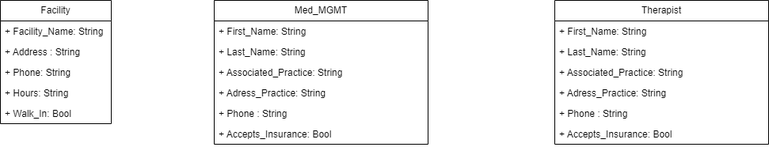
Above: East TN UML.drawio.png in ReislerJ/East_TN_MH_Resources (draw.io), before the change. Source tidied: cells renumbered, new cells last; positions are measured from the earlier drawing's top-left corner, leaving out a move shared by most shapes.
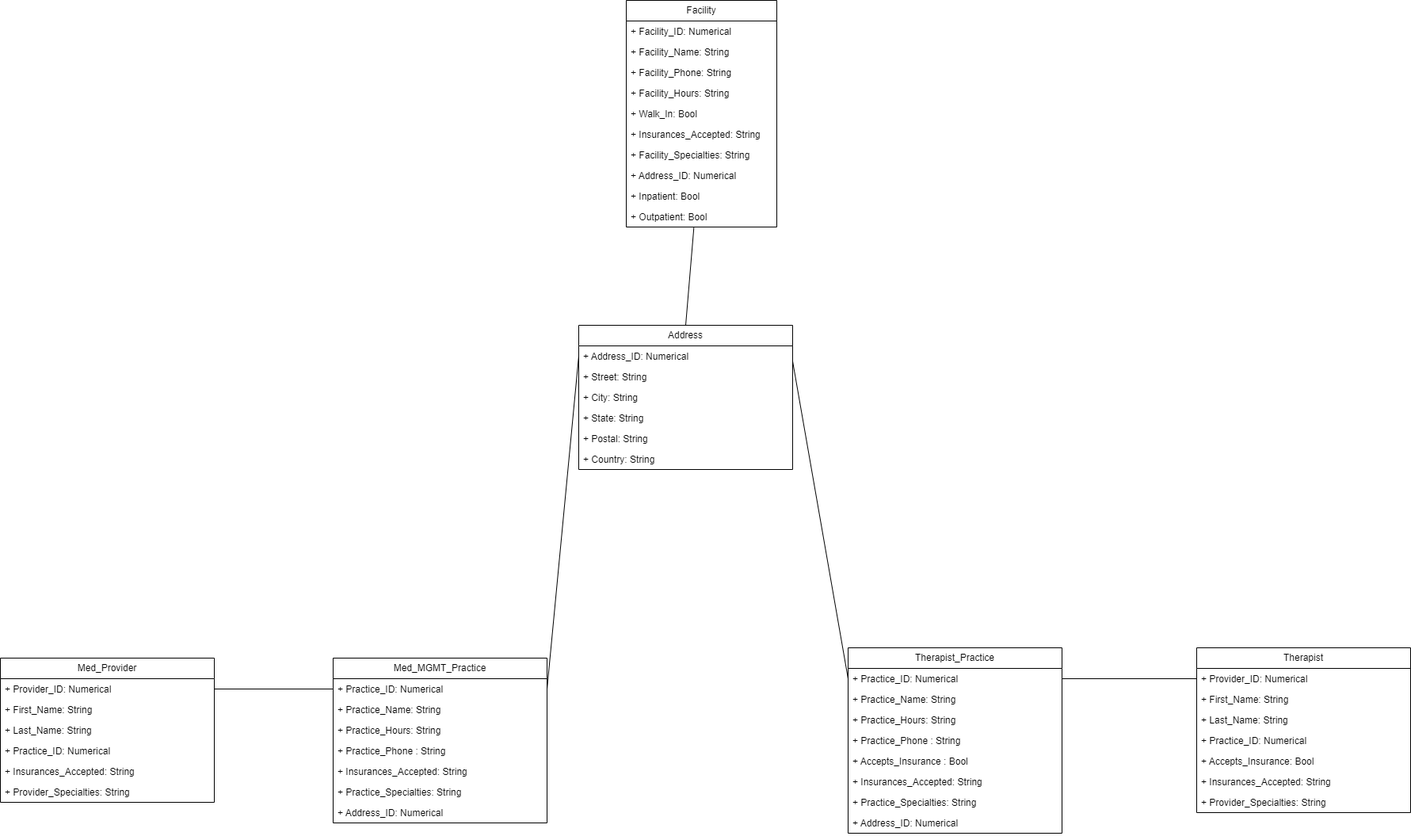
The same file after the commit.

Change to the diagram source:
```diff
@@ -2,65 +2,170 @@
   <root>
     <mxCell id="0" />
     <mxCell id="1" parent="0" />
-    <mxCell id="2" value="Med_MGMT" style="swimlane;fontStyle=0;horizontal=1;startSize=26;fillColor=none;whiteSpace=wrap;html=1;" parent="1" vertex="1">
-      <mxGeometry x="270" width="270" height="182" as="geometry" />
+    <mxCell id="2" value="Therapist" style="swimlane;fontStyle=0;horizontal=1;startSize=26;fillColor=none;whiteSpace=wrap;html=1;" parent="1" vertex="1">
+      <mxGeometry x="1490" y="267" width="270" height="208" as="geometry" />
     </mxCell>
-    <mxCell id="3" value="+ First_Name: String" style="text;strokeColor=none;fillColor=none;align=left;verticalAlign=top;spacingLeft=4;spacingRight=4;overflow=hidden;points=[[0,0.5],[1,0.5]];portConstraint=eastwest;whiteSpace=wrap;html=1;" parent="2" vertex="1">
+    <mxCell id="3" value="+ Provider_ID: Numerical" style="text;strokeColor=none;fillColor=none;align=left;verticalAlign=top;spacingLeft=4;spacingRight=4;overflow=hidden;points=[[0,0.5],[1,0.5]];portConstraint=eastwest;whiteSpace=wrap;html=1;" parent="2" vertex="1">
       <mxGeometry y="26" width="270" height="26" as="geometry" />
     </mxCell>
+    <mxCell id="22" value="+ First_Name: String" style="text;strokeColor=none;fillColor=none;align=left;verticalAlign=top;spacingLeft=4;spacingRight=4;overflow=hidden;whiteSpace=wrap;html=1;" parent="2" vertex="1">
+      <mxGeometry y="52" width="270" height="26" as="geometry" />
+    </mxCell>
     <mxCell id="4" value="+ Last_Name: String" style="text;strokeColor=none;fillColor=none;align=left;verticalAlign=top;spacingLeft=4;spacingRight=4;overflow=hidden;whiteSpace=wrap;html=1;" parent="2" vertex="1">
-      <mxGeometry y="52" width="270" height="26" as="geometry" />
+      <mxGeometry y="78" width="270" height="26" as="geometry" />
     </mxCell>
-    <mxCell id="5" value="+ Associated_Practice: String" style="text;strokeColor=none;fillColor=none;align=left;verticalAlign=top;spacingLeft=4;spacingRight=4;overflow=hidden;whiteSpace=wrap;html=1;" parent="2" vertex="1">
-      <mxGeometry y="78" width="270" height="26" as="geometry" />
+    <mxCell id="5" value="+ Practice_ID: Numerical" style="text;strokeColor=none;fillColor=none;align=left;verticalAlign=top;spacingLeft=4;spacingRight=4;overflow=hidden;whiteSpace=wrap;html=1;" parent="2" vertex="1">
+      <mxGeometry y="104" width="270" height="26" as="geometry" />
     </mxCell>
-    <mxCell id="6" value="+ Adress_Practice: String" style="text;strokeColor=none;fillColor=none;align=left;verticalAlign=top;spacingLeft=4;spacingRight=4;overflow=hidden;whiteSpace=wrap;html=1;" parent="2" vertex="1">
-      <mxGeometry y="104" width="270" height="26" as="geometry" />
-    </mxCell>
-    <mxCell id="7" value="+ Phone : String" style="text;strokeColor=none;fillColor=none;align=left;verticalAlign=top;spacingLeft=4;spacingRight=4;overflow=hidden;whiteSpace=wrap;html=1;" parent="2" vertex="1">
-      <mxGeometry y="130" width="270" height="26" as="geometry" />
-    </mxCell>
+    <mxCell id="21" value="+ Accepts_Insurance: Bool" style="text;strokeColor=none;fillColor=none;align=left;verticalAlign=top;spacingLeft=4;spacingRight=4;overflow=hidden;whiteSpace=wrap;html=1;" parent="2" vertex="1">
+      <mxGeometry y="130" width="270" height="26" as="geometry" />
+    </mxCell>
-    <mxCell id="8" value="+ Accepts_Insurance: Bool" style="text;strokeColor=none;fillColor=none;align=left;verticalAlign=top;spacingLeft=4;spacingRight=4;overflow=hidden;whiteSpace=wrap;html=1;" parent="2" vertex="1">
+    <mxCell id="8" value="+ Insurances_Accepted: String" style="text;strokeColor=none;fillColor=none;align=left;verticalAlign=top;spacingLeft=4;spacingRight=4;overflow=hidden;whiteSpace=wrap;html=1;" parent="2" vertex="1">
       <mxGeometry y="156" width="270" height="26" as="geometry" />
     </mxCell>
+    <mxCell id="23" value="+ Provider_Specialties: String&lt;div&gt;&lt;br&gt;&lt;/div&gt;" style="text;strokeColor=none;fillColor=none;align=left;verticalAlign=top;spacingLeft=4;spacingRight=4;overflow=hidden;whiteSpace=wrap;html=1;" parent="2" vertex="1">
+      <mxGeometry y="182" width="270" height="26" as="geometry" />
+    </mxCell>
     <mxCell id="9" value="Facility" style="swimlane;fontStyle=0;horizontal=1;startSize=26;fillColor=none;whiteSpace=wrap;html=1;" parent="1" vertex="1">
-      <mxGeometry width="140" height="156" as="geometry" />
+      <mxGeometry x="770" y="-550" width="190" height="286" as="geometry" />
     </mxCell>
-    <mxCell id="10" value="+ Facility_Name: String" style="text;strokeColor=none;fillColor=none;align=left;verticalAlign=top;spacingLeft=4;spacingRight=4;overflow=hidden;whiteSpace=wrap;html=1;" parent="9" vertex="1">
-      <mxGeometry y="26" width="140" height="26" as="geometry" />
+    <mxCell id="10" value="+ Facility_ID: Numerical" style="text;strokeColor=none;fillColor=none;align=left;verticalAlign=top;spacingLeft=4;spacingRight=4;overflow=hidden;whiteSpace=wrap;html=1;" parent="9" vertex="1">
+      <mxGeometry y="26" width="190" height="26" as="geometry" />
     </mxCell>
-    <mxCell id="11" value="+ Address : String" style="text;strokeColor=none;fillColor=none;align=left;verticalAlign=top;spacingLeft=4;spacingRight=4;overflow=hidden;whiteSpace=wrap;html=1;" parent="9" vertex="1">
-      <mxGeometry y="52" width="140" height="26" as="geometry" />
-    </mxCell>
+    <mxCell id="24" value="+ Facility_Name: String" style="text;strokeColor=none;fillColor=none;align=left;verticalAlign=top;spacingLeft=4;spacingRight=4;overflow=hidden;whiteSpace=wrap;html=1;" parent="9" vertex="1">
+      <mxGeometry y="52" width="190" height="26" as="geometry" />
+    </mxCell>
-    <mxCell id="12" value="+ Phone: String&lt;div&gt;&lt;br/&gt;&lt;/div&gt;" style="text;strokeColor=none;fillColor=none;align=left;verticalAlign=top;spacingLeft=4;spacingRight=4;overflow=hidden;whiteSpace=wrap;html=1;" parent="9" vertex="1">
-      <mxGeometry y="78" width="140" height="26" as="geometry" />
+    <mxCell id="12" value="+ Facility_Phone: String&lt;div&gt;&lt;br&gt;&lt;/div&gt;" style="text;strokeColor=none;fillColor=none;align=left;verticalAlign=top;spacingLeft=4;spacingRight=4;overflow=hidden;whiteSpace=wrap;html=1;" parent="9" vertex="1">
+      <mxGeometry y="78" width="190" height="26" as="geometry" />
     </mxCell>
-    <mxCell id="13" value="+ Hours: String&lt;div&gt;&lt;br&gt;&lt;/div&gt;" style="text;strokeColor=none;fillColor=none;align=left;verticalAlign=top;spacingLeft=4;spacingRight=4;overflow=hidden;whiteSpace=wrap;html=1;" parent="9" vertex="1">
-      <mxGeometry y="104" width="140" height="26" as="geometry" />
+    <mxCell id="13" value="+ Facility_Hours: String&lt;div&gt;&lt;br&gt;&lt;/div&gt;" style="text;strokeColor=none;fillColor=none;align=left;verticalAlign=top;spacingLeft=4;spacingRight=4;overflow=hidden;whiteSpace=wrap;html=1;" parent="9" vertex="1">
+      <mxGeometry y="104" width="190" height="26" as="geometry" />
     </mxCell>
     <mxCell id="14" value="+ Walk_In: Bool&lt;div&gt;&lt;br&gt;&lt;/div&gt;" style="text;strokeColor=none;fillColor=none;align=left;verticalAlign=top;spacingLeft=4;spacingRight=4;overflow=hidden;whiteSpace=wrap;html=1;" parent="9" vertex="1">
-      <mxGeometry y="130" width="140" height="26" as="geometry" />
+      <mxGeometry y="130" width="190" height="26" as="geometry" />
     </mxCell>
-    <mxCell id="15" value="Therapist" style="swimlane;fontStyle=0;horizontal=1;startSize=26;fillColor=none;whiteSpace=wrap;html=1;" parent="1" vertex="1">
-      <mxGeometry x="700" width="270" height="182" as="geometry" />
-    </mxCell>
-    <mxCell id="16" value="+ First_Name: String" style="text;strokeColor=none;fillColor=none;align=left;verticalAlign=top;spacingLeft=4;spacingRight=4;overflow=hidden;whiteSpace=wrap;html=1;" parent="15" vertex="1">
-      <mxGeometry y="26" width="270" height="26" as="geometry" />
-    </mxCell>
+    <mxCell id="25" value="+ Insurances_Accepted: String&lt;div&gt;&lt;br&gt;&lt;/div&gt;" style="text;strokeColor=none;fillColor=none;align=left;verticalAlign=top;spacingLeft=4;spacingRight=4;overflow=hidden;whiteSpace=wrap;html=1;" parent="9" vertex="1">
+      <mxGeometry y="156" width="190" height="26" as="geometry" />
+    </mxCell>
+    <mxCell id="26" value="+ Facility_Specialties: String&lt;div&gt;&lt;br&gt;&lt;/div&gt;" style="text;strokeColor=none;fillColor=none;align=left;verticalAlign=top;spacingLeft=4;spacingRight=4;overflow=hidden;whiteSpace=wrap;html=1;" parent="9" vertex="1">
+      <mxGeometry y="182" width="190" height="26" as="geometry" />
+    </mxCell>
+    <mxCell id="27" value="&lt;div&gt;+ Address_ID: Numerical&lt;br&gt;&lt;/div&gt;" style="text;strokeColor=none;fillColor=none;align=left;verticalAlign=top;spacingLeft=4;spacingRight=4;overflow=hidden;whiteSpace=wrap;html=1;" parent="9" vertex="1">
+      <mxGeometry y="208" width="190" height="26" as="geometry" />
+    </mxCell>
+    <mxCell id="28" value="&lt;div&gt;+ Inpatient: Bool&lt;br&gt;&lt;/div&gt;" style="text;strokeColor=none;fillColor=none;align=left;verticalAlign=top;spacingLeft=4;spacingRight=4;overflow=hidden;whiteSpace=wrap;html=1;" parent="9" vertex="1">
+      <mxGeometry y="234" width="190" height="26" as="geometry" />
+    </mxCell>
+    <mxCell id="29" value="&lt;div&gt;+ Outpatient: Bool&lt;br&gt;&lt;/div&gt;" style="text;strokeColor=none;fillColor=none;align=left;verticalAlign=top;spacingLeft=4;spacingRight=4;overflow=hidden;points=[[0,0.5],[1,0.5]];portConstraint=eastwest;whiteSpace=wrap;html=1;" parent="9" vertex="1">
+      <mxGeometry y="260" width="190" height="26" as="geometry" />
+    </mxCell>
+    <mxCell id="30" value="Med_MGMT_Practice" style="swimlane;fontStyle=0;horizontal=1;startSize=26;fillColor=none;whiteSpace=wrap;html=1;" parent="1" vertex="1">
+      <mxGeometry x="400" y="280" width="270" height="208" as="geometry" />
+    </mxCell>
+    <mxCell id="31" value="+ Practice_ID: Numerical" style="text;strokeColor=none;fillColor=none;align=left;verticalAlign=top;spacingLeft=4;spacingRight=4;overflow=hidden;points=[[0,0.5],[1,0.5]];portConstraint=eastwest;whiteSpace=wrap;html=1;" parent="30" vertex="1">
+      <mxGeometry y="26" width="270" height="26" as="geometry" />
+    </mxCell>
+    <mxCell id="32" value="+ Practice_Name: String" style="text;strokeColor=none;fillColor=none;align=left;verticalAlign=top;spacingLeft=4;spacingRight=4;overflow=hidden;whiteSpace=wrap;html=1;" parent="30" vertex="1">
+      <mxGeometry y="52" width="270" height="26" as="geometry" />
+    </mxCell>
+    <mxCell id="33" value="+ Practice_Hours: String" style="text;strokeColor=none;fillColor=none;align=left;verticalAlign=top;spacingLeft=4;spacingRight=4;overflow=hidden;whiteSpace=wrap;html=1;" parent="30" vertex="1">
+      <mxGeometry y="78" width="270" height="26" as="geometry" />
+    </mxCell>
+    <mxCell id="34" value="+ Practice_Phone : String" style="text;strokeColor=none;fillColor=none;align=left;verticalAlign=top;spacingLeft=4;spacingRight=4;overflow=hidden;whiteSpace=wrap;html=1;" parent="30" vertex="1">
+      <mxGeometry y="104" width="270" height="26" as="geometry" />
+    </mxCell>
+    <mxCell id="35" value="+ Insurances_Accepted: String" style="text;strokeColor=none;fillColor=none;align=left;verticalAlign=top;spacingLeft=4;spacingRight=4;overflow=hidden;whiteSpace=wrap;html=1;" parent="30" vertex="1">
+      <mxGeometry y="130" width="270" height="26" as="geometry" />
+    </mxCell>
+    <mxCell id="36" value="+ Practice_Specialties: String&lt;div&gt;&lt;br&gt;&lt;/div&gt;" style="text;strokeColor=none;fillColor=none;align=left;verticalAlign=top;spacingLeft=4;spacingRight=4;overflow=hidden;whiteSpace=wrap;html=1;" parent="30" vertex="1">
+      <mxGeometry y="156" width="270" height="26" as="geometry" />
+    </mxCell>
+    <mxCell id="37" value="&lt;div&gt;+ Address_ID: Numerical&lt;br&gt;&lt;/div&gt;" style="text;strokeColor=none;fillColor=none;align=left;verticalAlign=top;spacingLeft=4;spacingRight=4;overflow=hidden;whiteSpace=wrap;html=1;" parent="30" vertex="1">
+      <mxGeometry y="182" width="270" height="26" as="geometry" />
+    </mxCell>
+    <mxCell id="38" value="Med_Provider" style="swimlane;fontStyle=0;horizontal=1;startSize=26;fillColor=none;whiteSpace=wrap;html=1;" parent="1" vertex="1">
+      <mxGeometry x="-20" y="280" width="270" height="182" as="geometry" />
+    </mxCell>
+    <mxCell id="39" value="+ Provider_ID: Numerical" style="text;strokeColor=none;fillColor=none;align=left;verticalAlign=top;spacingLeft=4;spacingRight=4;overflow=hidden;points=[[0,0.5],[1,0.5]];portConstraint=eastwest;whiteSpace=wrap;html=1;" parent="38" vertex="1">
+      <mxGeometry y="26" width="270" height="26" as="geometry" />
+    </mxCell>
+    <mxCell id="40" value="+ First_Name: String" style="text;strokeColor=none;fillColor=none;align=left;verticalAlign=top;spacingLeft=4;spacingRight=4;overflow=hidden;whiteSpace=wrap;html=1;" parent="38" vertex="1">
+      <mxGeometry y="52" width="270" height="26" as="geometry" />
+    </mxCell>
-    <mxCell id="17" value="+ Last_Name: String" style="text;strokeColor=none;fillColor=none;align=left;verticalAlign=top;spacingLeft=4;spacingRight=4;overflow=hidden;whiteSpace=wrap;html=1;" parent="15" vertex="1">
-      <mxGeometry y="52" width="270" height="26" as="geometry" />
+    <mxCell id="17" value="+ Last_Name: String" style="text;strokeColor=none;fillColor=none;align=left;verticalAlign=top;spacingLeft=4;spacingRight=4;overflow=hidden;whiteSpace=wrap;html=1;" parent="38" vertex="1">
+      <mxGeometry y="78" width="270" height="26" as="geometry" />
     </mxCell>
-    <mxCell id="18" value="+ Associated_Practice: String" style="text;strokeColor=none;fillColor=none;align=left;verticalAlign=top;spacingLeft=4;spacingRight=4;overflow=hidden;whiteSpace=wrap;html=1;" parent="15" vertex="1">
-      <mxGeometry y="78" width="270" height="26" as="geometry" />
-    </mxCell>
-    <mxCell id="19" value="+ Adress_Practice: String" style="text;strokeColor=none;fillColor=none;align=left;verticalAlign=top;spacingLeft=4;spacingRight=4;overflow=hidden;whiteSpace=wrap;html=1;" parent="15" vertex="1">
-      <mxGeometry y="104" width="270" height="26" as="geometry" />
-    </mxCell>
-    <mxCell id="20" value="+ Phone : String" style="text;strokeColor=none;fillColor=none;align=left;verticalAlign=top;spacingLeft=4;spacingRight=4;overflow=hidden;whiteSpace=wrap;html=1;" parent="15" vertex="1">
-      <mxGeometry y="130" width="270" height="26" as="geometry" />
-    </mxCell>
-    <mxCell id="21" value="+ Accepts_Insurance: Bool" style="text;strokeColor=none;fillColor=none;align=left;verticalAlign=top;spacingLeft=4;spacingRight=4;overflow=hidden;whiteSpace=wrap;html=1;" parent="15" vertex="1">
-      <mxGeometry y="156" width="270" height="26" as="geometry" />
-    </mxCell>
+    <mxCell id="41" value="+ Practice_ID: Numerical" style="text;strokeColor=none;fillColor=none;align=left;verticalAlign=top;spacingLeft=4;spacingRight=4;overflow=hidden;whiteSpace=wrap;html=1;" parent="38" vertex="1">
+      <mxGeometry y="104" width="270" height="26" as="geometry" />
+    </mxCell>
+    <mxCell id="42" value="+ Insurances_Accepted: String" style="text;strokeColor=none;fillColor=none;align=left;verticalAlign=top;spacingLeft=4;spacingRight=4;overflow=hidden;whiteSpace=wrap;html=1;" parent="38" vertex="1">
+      <mxGeometry y="130" width="270" height="26" as="geometry" />
+    </mxCell>
+    <mxCell id="43" value="+ Provider_Specialties: String&lt;div&gt;&lt;br&gt;&lt;/div&gt;" style="text;strokeColor=none;fillColor=none;align=left;verticalAlign=top;spacingLeft=4;spacingRight=4;overflow=hidden;whiteSpace=wrap;html=1;" parent="38" vertex="1">
+      <mxGeometry y="156" width="270" height="26" as="geometry" />
+    </mxCell>
+    <mxCell id="44" value="Therapist_Practice" style="swimlane;fontStyle=0;horizontal=1;startSize=26;fillColor=none;whiteSpace=wrap;html=1;" parent="1" vertex="1">
+      <mxGeometry x="1050" y="267" width="270" height="234" as="geometry" />
+    </mxCell>
+    <mxCell id="45" value="+ Practice_ID: Numerical" style="text;strokeColor=none;fillColor=none;align=left;verticalAlign=top;spacingLeft=4;spacingRight=4;overflow=hidden;points=[[0,0.5],[1,0.5]];portConstraint=eastwest;whiteSpace=wrap;html=1;" parent="44" vertex="1">
+      <mxGeometry y="26" width="270" height="26" as="geometry" />
+    </mxCell>
+    <mxCell id="46" value="+ Practice_Name: String" style="text;strokeColor=none;fillColor=none;align=left;verticalAlign=top;spacingLeft=4;spacingRight=4;overflow=hidden;whiteSpace=wrap;html=1;" parent="44" vertex="1">
+      <mxGeometry y="52" width="270" height="26" as="geometry" />
+    </mxCell>
+    <mxCell id="47" value="+ Practice_Hours: String" style="text;strokeColor=none;fillColor=none;align=left;verticalAlign=top;spacingLeft=4;spacingRight=4;overflow=hidden;whiteSpace=wrap;html=1;" parent="44" vertex="1">
+      <mxGeometry y="78" width="270" height="26" as="geometry" />
+    </mxCell>
+    <mxCell id="48" value="+ Practice_Phone : String" style="text;strokeColor=none;fillColor=none;align=left;verticalAlign=top;spacingLeft=4;spacingRight=4;overflow=hidden;whiteSpace=wrap;html=1;" parent="44" vertex="1">
+      <mxGeometry y="104" width="270" height="26" as="geometry" />
+    </mxCell>
+    <mxCell id="49" value="+ Accepts_Insurance : Bool" style="text;strokeColor=none;fillColor=none;align=left;verticalAlign=top;spacingLeft=4;spacingRight=4;overflow=hidden;whiteSpace=wrap;html=1;" parent="44" vertex="1">
+      <mxGeometry y="130" width="270" height="26" as="geometry" />
+    </mxCell>
+    <mxCell id="50" value="+ Insurances_Accepted: String" style="text;strokeColor=none;fillColor=none;align=left;verticalAlign=top;spacingLeft=4;spacingRight=4;overflow=hidden;whiteSpace=wrap;html=1;" parent="44" vertex="1">
+      <mxGeometry y="156" width="270" height="26" as="geometry" />
+    </mxCell>
+    <mxCell id="51" value="+ Practice_Specialties: String&lt;div&gt;&lt;br&gt;&lt;/div&gt;" style="text;strokeColor=none;fillColor=none;align=left;verticalAlign=top;spacingLeft=4;spacingRight=4;overflow=hidden;whiteSpace=wrap;html=1;" parent="44" vertex="1">
+      <mxGeometry y="182" width="270" height="26" as="geometry" />
+    </mxCell>
+    <mxCell id="52" value="&lt;div&gt;+ Address_ID: Numerical&lt;br&gt;&lt;/div&gt;" style="text;strokeColor=none;fillColor=none;align=left;verticalAlign=top;spacingLeft=4;spacingRight=4;overflow=hidden;whiteSpace=wrap;html=1;" parent="44" vertex="1">
+      <mxGeometry y="208" width="270" height="26" as="geometry" />
+    </mxCell>
+    <mxCell id="53" value="Address" style="swimlane;fontStyle=0;horizontal=1;startSize=26;fillColor=none;whiteSpace=wrap;html=1;" parent="1" vertex="1">
+      <mxGeometry x="710" y="-140" width="270" height="182" as="geometry" />
+    </mxCell>
+    <mxCell id="54" value="+ Address_ID: Numerical" style="text;strokeColor=none;fillColor=none;align=left;verticalAlign=top;spacingLeft=4;spacingRight=4;overflow=hidden;points=[[0,0.5],[1,0.5]];portConstraint=eastwest;whiteSpace=wrap;html=1;" parent="53" vertex="1">
+      <mxGeometry y="26" width="270" height="26" as="geometry" />
+    </mxCell>
+    <mxCell id="55" value="+ Street: String" style="text;strokeColor=none;fillColor=none;align=left;verticalAlign=top;spacingLeft=4;spacingRight=4;overflow=hidden;whiteSpace=wrap;html=1;" parent="53" vertex="1">
+      <mxGeometry y="52" width="270" height="26" as="geometry" />
+    </mxCell>
+    <mxCell id="56" value="+ City: String" style="text;strokeColor=none;fillColor=none;align=left;verticalAlign=top;spacingLeft=4;spacingRight=4;overflow=hidden;whiteSpace=wrap;html=1;" parent="53" vertex="1">
+      <mxGeometry y="78" width="270" height="26" as="geometry" />
+    </mxCell>
+    <mxCell id="57" value="+ State: String" style="text;strokeColor=none;fillColor=none;align=left;verticalAlign=top;spacingLeft=4;spacingRight=4;overflow=hidden;whiteSpace=wrap;html=1;" parent="53" vertex="1">
+      <mxGeometry y="104" width="270" height="26" as="geometry" />
+    </mxCell>
+    <mxCell id="58" value="+ Postal: String" style="text;strokeColor=none;fillColor=none;align=left;verticalAlign=top;spacingLeft=4;spacingRight=4;overflow=hidden;whiteSpace=wrap;html=1;" parent="53" vertex="1">
+      <mxGeometry y="130" width="270" height="26" as="geometry" />
+    </mxCell>
+    <mxCell id="59" value="+ Country: String" style="text;strokeColor=none;fillColor=none;align=left;verticalAlign=top;spacingLeft=4;spacingRight=4;overflow=hidden;whiteSpace=wrap;html=1;" parent="53" vertex="1">
+      <mxGeometry y="156" width="270" height="26" as="geometry" />
+    </mxCell>
+    <mxCell id="60" style="endArrow=none;html=1;rounded=0;exitX=1;exitY=0.5;exitDx=0;exitDy=0;entryX=0;entryY=0.5;entryDx=0;entryDy=0;" parent="1" edge="1" source="39" target="31">
+      <mxGeometry relative="1" as="geometry" />
+    </mxCell>
+    <mxCell id="61" style="endArrow=none;html=1;rounded=0;entryX=0;entryY=0.5;entryDx=0;entryDy=0;exitX=1;exitY=0.5;exitDx=0;exitDy=0;" parent="1" edge="1" source="45" target="3">
+      <mxGeometry relative="1" as="geometry" />
+    </mxCell>
+    <mxCell id="62" style="endArrow=none;html=1;rounded=0;exitX=1;exitY=0.5;exitDx=0;exitDy=0;entryX=0;entryY=0.5;entryDx=0;entryDy=0;" parent="1" edge="1" source="31" target="54">
+      <mxGeometry relative="1" as="geometry" />
+    </mxCell>
+    <mxCell id="63" style="endArrow=none;html=1;rounded=0;entryX=0;entryY=0.5;entryDx=0;entryDy=0;exitX=1;exitY=0.25;exitDx=0;exitDy=0;" parent="1" edge="1" source="53" target="45">
+      <mxGeometry relative="1" as="geometry" />
+    </mxCell>
+    <mxCell id="64" style="endArrow=none;html=1;rounded=0;exitX=0.5;exitY=0;exitDx=0;exitDy=0;entryX=0.449;entryY=1.034;entryDx=0;entryDy=0;entryPerimeter=0;" parent="1" edge="1" source="53" target="29">
+      <mxGeometry relative="1" as="geometry" />
+    </mxCell>
   </root>
 </mxGraphModel>
```
